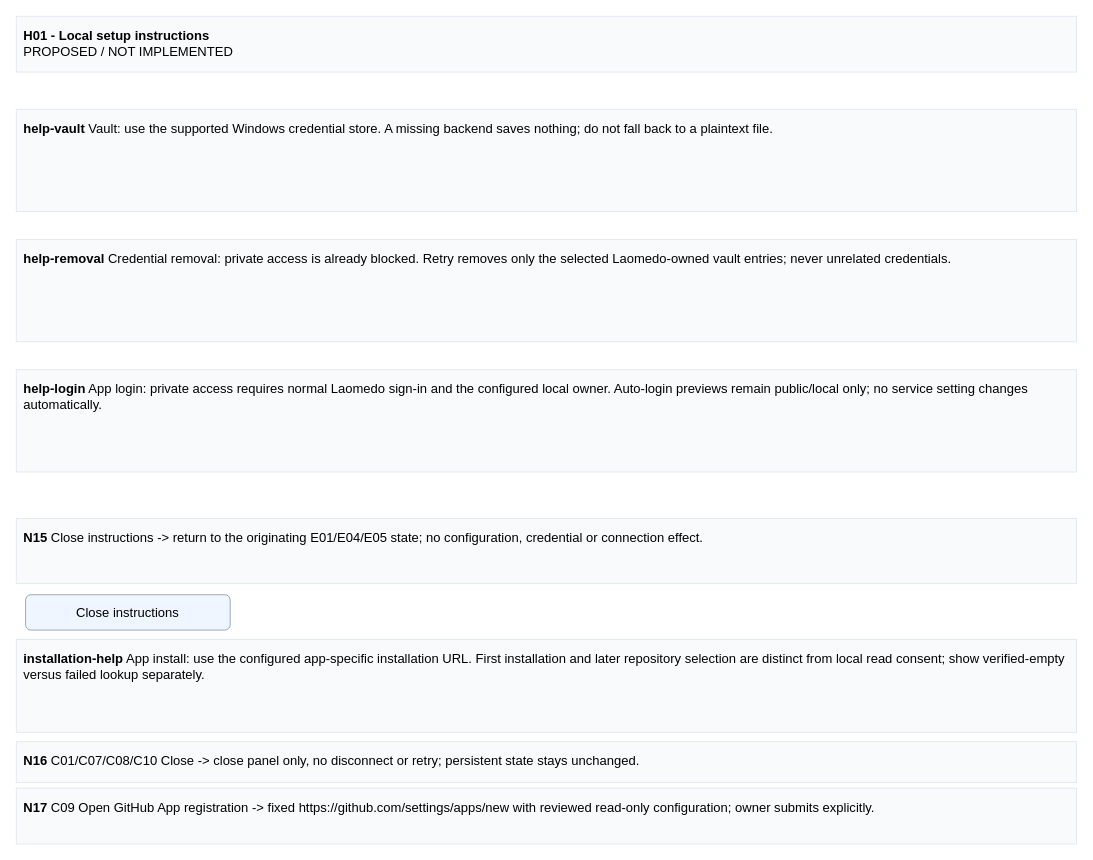
Above: page "Setup instructions and recovery targets" (8 of 8) of projects/laomedo/subsystems/agent-execution/design/github-account-connections.drawio in amadou-6e/specs (draw.io), before the change. Source tidied: cells renumbered, new cells numbered last; positions are measured from the earlier drawing's top-left corner, leaving out a move shared by most shapes. Both pictures are drawn from the tidied source at 93%, with x=0, y=0 at pixel (16, 16).
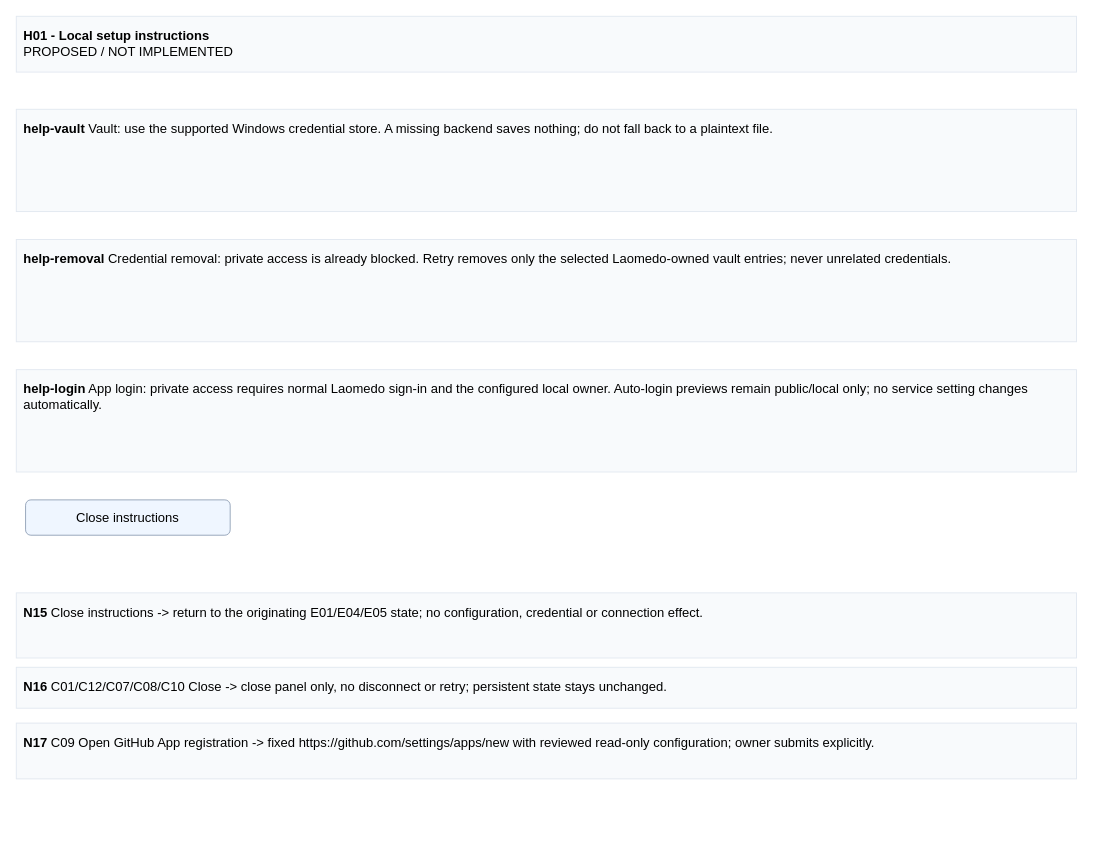
The same diagram, later.

Commit message (it also covers changes not shown here):
docs: draw configured connection and complete empty-state copy

The edit, as a diff of the source:
```diff
@@
 <mxGraphModel>
   <root>
     <mxCell id="0" />
     <mxCell id="1" parent="0" />
     <mxCell id="2" value="&lt;b&gt;H01 - Local setup instructions&lt;/b&gt;&lt;br&gt;PROPOSED / NOT IMPLEMENTED" style="rounded=0;whiteSpace=wrap;html=1;fontFamily=Arial;fontSize=14;align=left;verticalAlign=top;spacing=8;fillColor=#F8FAFC;strokeColor=#E2E8F0;" parent="1" vertex="1">
       <mxGeometry width="1140" height="60" as="geometry" />
     </mxCell>
     <mxCell id="3" value="&lt;b&gt;help-vault&lt;/b&gt;  Vault: use the supported Windows credential store. A missing backend saves nothing; do not fall back to a plaintext file." style="rounded=0;whiteSpace=wrap;html=1;fontFamily=Arial;fontSize=14;align=left;verticalAlign=top;spacing=8;fillColor=#F8FAFC;strokeColor=#E2E8F0;" parent="1" vertex="1">
       <mxGeometry y="100" width="1140" height="110" as="geometry" />
     </mxCell>
     <mxCell id="4" value="&lt;b&gt;help-removal&lt;/b&gt;  Credential removal: private access is already blocked. Retry removes only the selected Laomedo-owned vault entries; never unrelated credentials." style="rounded=0;whiteSpace=wrap;html=1;fontFamily=Arial;fontSize=14;align=left;verticalAlign=top;spacing=8;fillColor=#F8FAFC;strokeColor=#E2E8F0;" parent="1" vertex="1">
       <mxGeometry y="240" width="1140" height="110" as="geometry" />
     </mxCell>
     <mxCell id="5" value="&lt;b&gt;help-login&lt;/b&gt;  App login: private access requires normal Laomedo sign-in and the configured local owner. Auto-login previews remain public/local only; no service setting changes automatically." style="rounded=0;whiteSpace=wrap;html=1;fontFamily=Arial;fontSize=14;align=left;verticalAlign=top;spacing=8;fillColor=#F8FAFC;strokeColor=#E2E8F0;" parent="1" vertex="1">
       <mxGeometry y="380" width="1140" height="110" as="geometry" />
     </mxCell>
     <mxCell id="6" value="&lt;b&gt;N15&lt;/b&gt; Close instructions -&gt; return to the originating E01/E04/E05 state; no configuration, credential or connection effect." style="rounded=0;whiteSpace=wrap;html=1;fontFamily=Arial;fontSize=14;align=left;verticalAlign=top;spacing=8;fillColor=#F8FAFC;strokeColor=#E2E8F0;" parent="1" vertex="1">
-      <mxGeometry y="540" width="1140" height="70" as="geometry" />
+      <mxGeometry y="620" width="1140" height="70" as="geometry" />
     </mxCell>
-    <mxCell id="7" value="&lt;b&gt;installation-help&lt;/b&gt;  App install: use the configured app-specific installation URL. First installation and later repository selection are distinct from local read consent; show verified-empty versus failed lookup separately." style="rounded=0;whiteSpace=wrap;html=1;fontFamily=Arial;fontSize=14;align=left;verticalAlign=top;spacing=8;fillColor=#F8FAFC;strokeColor=#E2E8F0;" parent="1" vertex="1">
-      <mxGeometry y="670" width="1140" height="100" as="geometry" />
-    </mxCell>
-    <mxCell id="8" value="&lt;b&gt;N16&lt;/b&gt;  C01/C07/C08/C10 Close -&gt; close panel only, no disconnect or retry; persistent state stays unchanged." style="rounded=0;whiteSpace=wrap;html=1;fontFamily=Arial;fontSize=14;align=left;verticalAlign=top;spacing=8;fillColor=#F8FAFC;strokeColor=#E2E8F0;" parent="1" vertex="1">
-      <mxGeometry y="780" width="1140" height="44" as="geometry" />
+    <mxCell id="8" value="&lt;b&gt;N16&lt;/b&gt;  C01/C12/C07/C08/C10 Close -&gt; close panel only, no disconnect or retry; persistent state stays unchanged." style="rounded=0;whiteSpace=wrap;html=1;fontFamily=Arial;fontSize=14;align=left;verticalAlign=top;spacing=8;fillColor=#F8FAFC;strokeColor=#E2E8F0;" parent="1" vertex="1">
+      <mxGeometry y="700" width="1140" height="44" as="geometry" />
     </mxCell>
     <mxCell id="9" value="&lt;b&gt;N17&lt;/b&gt;  C09 Open GitHub App registration -&gt; fixed https://github.com/settings/apps/new with reviewed read-only configuration; owner submits explicitly." style="rounded=0;whiteSpace=wrap;html=1;fontFamily=Arial;fontSize=14;align=left;verticalAlign=top;spacing=8;fillColor=#F8FAFC;strokeColor=#E2E8F0;" parent="1" vertex="1">
-      <mxGeometry y="830" width="1140" height="60" as="geometry" />
+      <mxGeometry y="760" width="1140" height="60" as="geometry" />
     </mxCell>
     <mxCell id="10" value="Close instructions" style="rounded=1;whiteSpace=wrap;html=1;fontFamily=Arial;fontSize=14;align=center;verticalAlign=middle;fillColor=#EFF6FF;strokeColor=#94A3B8;" parent="1" vertex="1">
-      <mxGeometry x="10" y="622" width="220" height="38" as="geometry" />
+      <mxGeometry x="10" y="520" width="220" height="38" as="geometry" />
     </mxCell>
   </root>
 </mxGraphModel>
```
